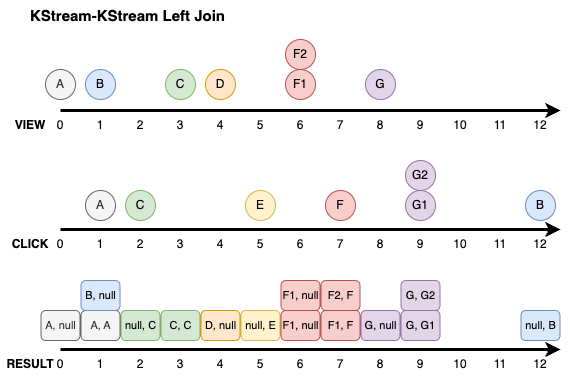
windowforsun/blog keeps this draw.io diagram as img/kafka/kafka-streams-join-5.drawio.png. Above is the earlier version. Source tidied: cells renumbered, new cells last; positions are measured from the earlier drawing's top-left corner, leaving out a move shared by most shapes.
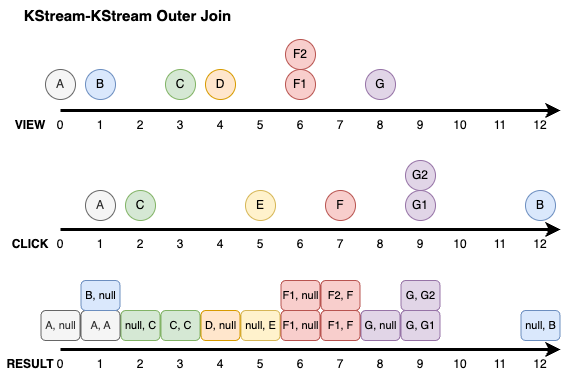
Later version of the same file.

Commit message:
kafka-streams-join-5.drawio.png이 추가되었습니다.

Diff of the diagram source:
```diff
@@ -188,7 +188,7 @@
     <mxCell id="60" value="12" style="text;html=1;align=center;verticalAlign=middle;whiteSpace=wrap;rounded=0;" parent="1" vertex="1">
       <mxGeometry x="530" y="349" width="20" height="30" as="geometry" />
     </mxCell>
-    <mxCell id="61" value="&lt;b&gt;&lt;font style=&quot;font-size: 15px;&quot;&gt;KStream-KStream Left Join&lt;/font&gt;&lt;/b&gt;" style="text;html=1;align=center;verticalAlign=middle;whiteSpace=wrap;rounded=0;" parent="1" vertex="1">
+    <mxCell id="61" value="&lt;b&gt;&lt;font style=&quot;font-size: 15px;&quot;&gt;KStream-KStream Outer Join&lt;/font&gt;&lt;/b&gt;" style="text;html=1;align=center;verticalAlign=middle;whiteSpace=wrap;rounded=0;" parent="1" vertex="1">
       <mxGeometry x="20" width="215" height="30" as="geometry" />
     </mxCell>
     <mxCell id="62" value="A, null" style="rounded=1;whiteSpace=wrap;html=1;fillColor=#f5f5f5;fontColor=#333333;strokeColor=#666666;fontSize=11;" parent="1" vertex="1">
```
